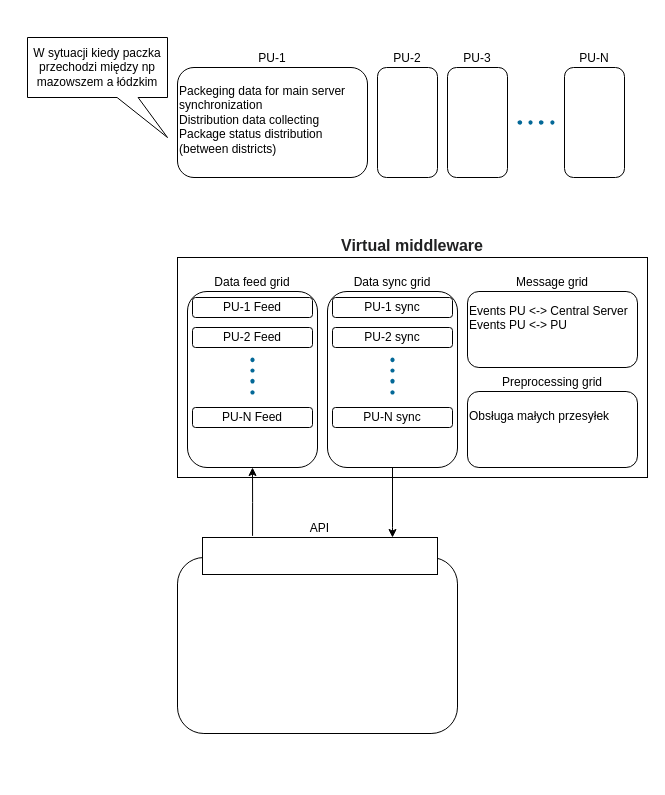
Earlier version of the draw.io diagram page "Space Oriented Architecture" (2 of 2) of architektura.drawio (Franio2018/Projekt-Zespolowy). Source tidied: cells renumbered, new cells numbered last; positions are measured from the earlier drawing's top-left corner, leaving out a move shared by most shapes. Both pictures are drawn from the tidied source at 100%, with x=0, y=0 at pixel (27, 37).
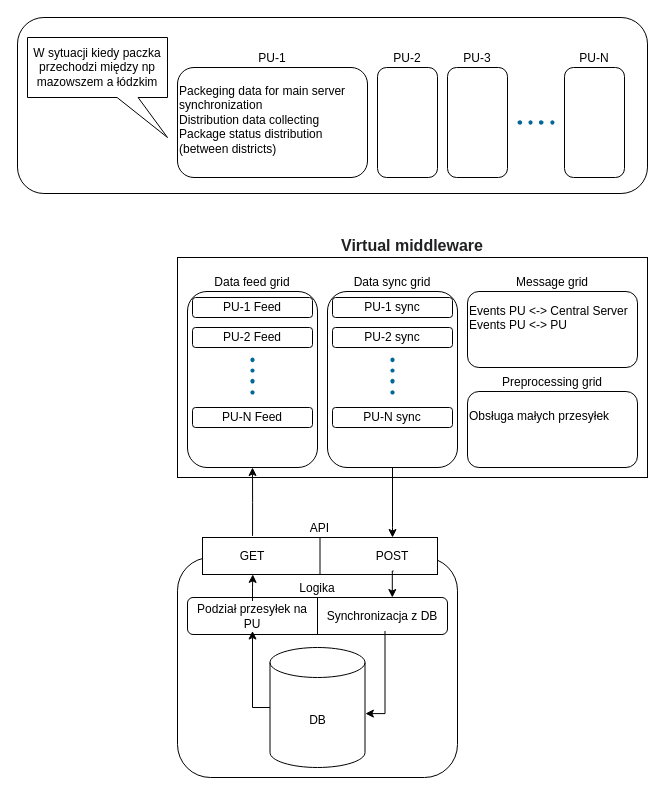
The same diagram, later.

Commit message:
dodanie diagramu SBA [v2]

The change refers to these unchanged cells:
```xml
<mxCell id="27" value="API" style="rounded=0;whiteSpace=wrap;html=1;verticalAlign=bottom;labelPosition=center;verticalLabelPosition=top;align=center;" parent="1" vertex="1">
  <mxGeometry x="175" y="500" width="235" height="37" as="geometry" />
</mxCell>
```

Diff of the diagram source:
```diff
@@
+    <mxCell id="28" style="rounded=1;whiteSpace=wrap;html=1;roundedPerimeter=1;" parent="1" vertex="1">
+      <mxGeometry x="-10" y="-20" width="630" height="176" as="geometry" />
+    </mxCell>
@@
     <mxCell id="26" style="rounded=1;whiteSpace=wrap;html=1;roundedPerimeter=1;" parent="1" vertex="1">
-      <mxGeometry x="150" y="520" width="280" height="176" as="geometry" />
+      <mxGeometry x="150" y="520" width="280" height="220" as="geometry" />
     </mxCell>
@@
+    <mxCell id="29" value="Logika" style="rounded=1;whiteSpace=wrap;html=1;roundedPerimeter=1;labelPosition=center;verticalLabelPosition=top;align=center;verticalAlign=bottom;" parent="1" vertex="1">
+      <mxGeometry x="160" y="560" width="260" height="37" as="geometry" />
+    </mxCell>
+    <mxCell id="30" style="endArrow=none;html=1;rounded=0;exitX=0.5;exitY=1;exitDx=0;exitDy=0;entryX=0.5;entryY=0;entryDx=0;entryDy=0;" parent="1" edge="1" source="29" target="29">
+      <mxGeometry relative="1" as="geometry" />
+    </mxCell>
+    <mxCell id="31" value="Podział przesyłek na PU" style="text;html=1;whiteSpace=wrap;strokeColor=none;fillColor=none;align=center;verticalAlign=middle;rounded=0;" parent="1" vertex="1">
+      <mxGeometry x="160" y="563.5" width="130" height="30" as="geometry" />
+    </mxCell>
+    <mxCell id="32" style="endArrow=classic;html=1;rounded=0;exitX=0.5;exitY=0;exitDx=0;exitDy=0;entryX=0.214;entryY=0.997;entryDx=0;entryDy=0;entryPerimeter=0;edgeStyle=orthogonalEdgeStyle;" parent="1" edge="1" source="31" target="27">
+      <mxGeometry relative="1" as="geometry" />
+    </mxCell>
+    <mxCell id="33" style="endArrow=none;html=1;rounded=0;exitX=0.5;exitY=1;exitDx=0;exitDy=0;entryX=0.5;entryY=0;entryDx=0;entryDy=0;" parent="1" edge="1" source="27" target="27">
+      <mxGeometry relative="1" as="geometry" />
+    </mxCell>
+    <mxCell id="34" value="POST" style="text;html=1;whiteSpace=wrap;strokeColor=none;fillColor=none;align=center;verticalAlign=middle;rounded=0;" parent="1" vertex="1">
+      <mxGeometry x="335" y="503.5" width="60" height="30" as="geometry" />
+    </mxCell>
+    <mxCell id="35" style="edgeStyle=orthogonalEdgeStyle;rounded=0;orthogonalLoop=1;jettySize=auto;html=1;entryX=0.79;entryY=-0.011;entryDx=0;entryDy=0;" parent="1" edge="1">
+      <mxGeometry relative="1" as="geometry">
+        <mxPoint x="366" y="533.5" as="sourcePoint" />
+        <mxPoint x="364.8" y="560" as="targetPoint" />
+      </mxGeometry>
+    </mxCell>
+    <mxCell id="36" value="GET" style="text;html=1;whiteSpace=wrap;strokeColor=none;fillColor=none;align=center;verticalAlign=middle;rounded=0;" parent="1" vertex="1">
+      <mxGeometry x="195" y="503.5" width="60" height="30" as="geometry" />
+    </mxCell>
+    <mxCell id="37" value="Synchronizacja z DB" style="text;html=1;whiteSpace=wrap;strokeColor=none;fillColor=none;align=center;verticalAlign=middle;rounded=0;" parent="1" vertex="1">
+      <mxGeometry x="290" y="563.5" width="130" height="30" as="geometry" />
+    </mxCell>
+    <mxCell id="38" value="DB" style="shape=cylinder3;whiteSpace=wrap;html=1;boundedLbl=1;backgroundOutline=1;size=15;" parent="1" vertex="1">
+      <mxGeometry x="242.5" y="610" width="95" height="120" as="geometry" />
+    </mxCell>
+    <mxCell id="39" style="edgeStyle=orthogonalEdgeStyle;rounded=0;jettySize=auto;html=1;exitX=0;exitY=0.5;exitDx=0;exitDy=0;exitPerimeter=0;" parent="1" edge="1" source="38" target="31">
+      <mxGeometry relative="1" as="geometry">
+        <Array as="points">
+          <mxPoint x="225" y="670" />
+        </Array>
+      </mxGeometry>
+    </mxCell>
+    <mxCell id="40" style="edgeStyle=orthogonalEdgeStyle;rounded=0;jettySize=auto;html=1;entryX=1.004;entryY=0.551;entryDx=0;entryDy=0;entryPerimeter=0;" parent="1" edge="1" source="37" target="38">
+      <mxGeometry x="-0.03" relative="1" as="geometry">
+        <Array as="points">
+          <mxPoint x="357.5" y="676.1" />
+        </Array>
+      </mxGeometry>
+    </mxCell>
```
